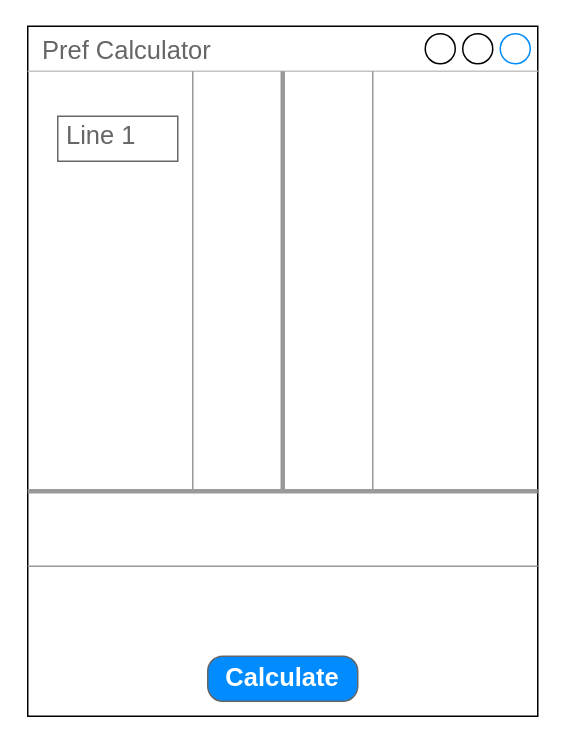
The draw.io diagram Untitled Diagram.drawio in chernyshevdv/pref-calc, before the edit. Source tidied: cells renumbered, new cells numbered last; positions are measured from the earlier drawing's top-left corner, leaving out a move shared by most shapes. Both pictures are drawn from the tidied source at 150%, with x=0, y=0 at pixel (27, 26).
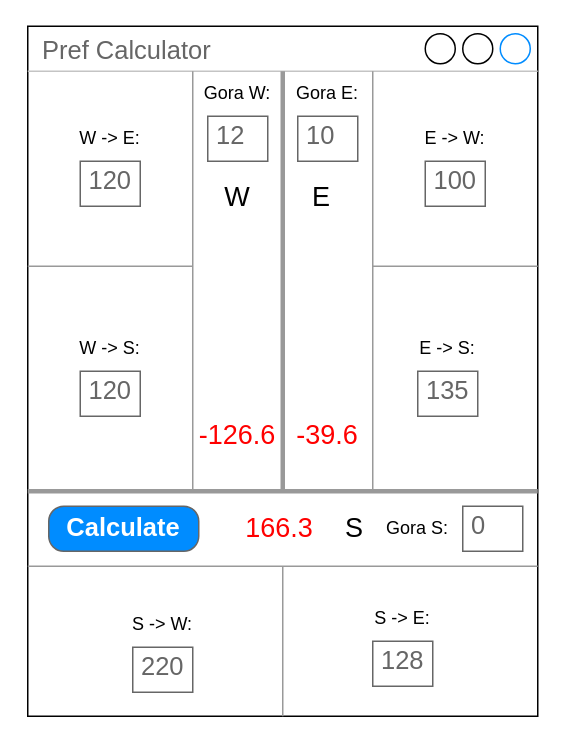
After the change.

The edit, as a diff of the source:
```diff
@@
-    <mxCell id="8" value="Line 1" style="strokeWidth=1;shadow=0;dashed=0;align=center;html=1;shape=mxgraph.mockup.text.textBox;fontColor=#666666;align=left;fontSize=17;spacingLeft=4;spacingTop=-3;whiteSpace=wrap;strokeColor=#666666;mainText=;" parent="1" vertex="1">
-      <mxGeometry x="20" y="60" width="80" height="30" as="geometry" />
-    </mxCell>
     <mxCell id="9" value="Calculate" style="strokeWidth=1;shadow=0;dashed=0;align=center;html=1;shape=mxgraph.mockup.buttons.button;strokeColor=#666666;fontColor=#ffffff;mainText=;buttonStyle=round;fontSize=17;fontStyle=1;fillColor=#008cff;whiteSpace=wrap;" parent="1" vertex="1">
-      <mxGeometry x="120" y="420" width="100" height="30" as="geometry" />
+      <mxGeometry x="14" y="320" width="100" height="30" as="geometry" />
     </mxCell>
+    <mxCell id="10" value="Gora W:" style="text;html=1;strokeColor=none;fillColor=none;align=center;verticalAlign=middle;whiteSpace=wrap;rounded=0;" parent="1" vertex="1">
+      <mxGeometry x="110" y="30" width="60" height="30" as="geometry" />
+    </mxCell>
+    <mxCell id="11" value="12" style="strokeWidth=1;shadow=0;dashed=0;align=center;html=1;shape=mxgraph.mockup.text.textBox;fontColor=#666666;align=left;fontSize=17;spacingLeft=4;spacingTop=-3;whiteSpace=wrap;strokeColor=#666666;mainText=;" parent="1" vertex="1">
+      <mxGeometry x="120" y="60" width="40" height="30" as="geometry" />
+    </mxCell>
+    <mxCell id="12" value="Gora E:" style="text;html=1;strokeColor=none;fillColor=none;align=center;verticalAlign=middle;whiteSpace=wrap;rounded=0;" parent="1" vertex="1">
+      <mxGeometry x="170" y="30" width="60" height="30" as="geometry" />
+    </mxCell>
+    <mxCell id="13" value="10" style="strokeWidth=1;shadow=0;dashed=0;align=center;html=1;shape=mxgraph.mockup.text.textBox;fontColor=#666666;align=left;fontSize=17;spacingLeft=4;spacingTop=-3;whiteSpace=wrap;strokeColor=#666666;mainText=;" parent="1" vertex="1">
+      <mxGeometry x="180" y="60" width="40" height="30" as="geometry" />
+    </mxCell>
+    <mxCell id="14" style="verticalLabelPosition=bottom;shadow=0;dashed=0;align=center;html=1;verticalAlign=top;strokeWidth=1;shape=mxgraph.mockup.markup.line;strokeColor=#999999;" parent="1" vertex="1">
+      <mxGeometry y="150" width="110" height="20" as="geometry" />
+    </mxCell>
+    <mxCell id="15" style="verticalLabelPosition=bottom;shadow=0;dashed=0;align=center;html=1;verticalAlign=top;strokeWidth=1;shape=mxgraph.mockup.markup.line;strokeColor=#999999;" parent="1" vertex="1">
+      <mxGeometry x="230" y="150" width="110" height="20" as="geometry" />
+    </mxCell>
+    <mxCell id="16" style="verticalLabelPosition=bottom;shadow=0;dashed=0;align=center;html=1;verticalAlign=top;strokeWidth=1;shape=mxgraph.mockup.markup.line;strokeColor=#999999;direction=north;" parent="1" vertex="1">
+      <mxGeometry x="160" y="360" width="20" height="100" as="geometry" />
+    </mxCell>
+    <mxCell id="17" style="group;" parent="1" vertex="1">
+      <mxGeometry x="230" y="320" width="100" height="30" as="geometry" />
+    </mxCell>
+    <mxCell id="18" value="Gora S:" style="text;html=1;strokeColor=none;fillColor=none;align=center;verticalAlign=middle;whiteSpace=wrap;rounded=0;" parent="17" vertex="1">
+      <mxGeometry width="60" height="30" as="geometry" />
+    </mxCell>
+    <mxCell id="19" value="0" style="strokeWidth=1;shadow=0;dashed=0;align=center;html=1;shape=mxgraph.mockup.text.textBox;fontColor=#666666;align=left;fontSize=17;spacingLeft=4;spacingTop=-3;whiteSpace=wrap;strokeColor=#666666;mainText=;" parent="17" vertex="1">
+      <mxGeometry x="60" width="40" height="30" as="geometry" />
+    </mxCell>
+    <mxCell id="20" value="&lt;font style=&quot;font-size: 18px;&quot;&gt;W&lt;/font&gt;" style="text;html=1;strokeColor=none;fillColor=none;align=center;verticalAlign=middle;whiteSpace=wrap;rounded=0;" parent="1" vertex="1">
+      <mxGeometry x="128" y="99" width="24" height="30" as="geometry" />
+    </mxCell>
+    <mxCell id="21" value="&lt;font style=&quot;font-size: 18px;&quot;&gt;E&lt;/font&gt;" style="text;html=1;strokeColor=none;fillColor=none;align=center;verticalAlign=middle;whiteSpace=wrap;rounded=0;" parent="1" vertex="1">
+      <mxGeometry x="184" y="99" width="24" height="30" as="geometry" />
+    </mxCell>
+    <mxCell id="22" value="&lt;font style=&quot;font-size: 18px;&quot;&gt;S&lt;/font&gt;" style="text;html=1;strokeColor=none;fillColor=none;align=center;verticalAlign=middle;whiteSpace=wrap;rounded=0;" parent="1" vertex="1">
+      <mxGeometry x="206" y="320" width="24" height="30" as="geometry" />
+    </mxCell>
+    <mxCell id="23" value="120" style="strokeWidth=1;shadow=0;dashed=0;align=center;html=1;shape=mxgraph.mockup.text.textBox;fontColor=#666666;align=left;fontSize=17;spacingLeft=4;spacingTop=-3;whiteSpace=wrap;strokeColor=#666666;mainText=;" parent="1" vertex="1">
+      <mxGeometry x="35" y="90" width="40" height="30" as="geometry" />
+    </mxCell>
+    <mxCell id="24" value="W -&amp;gt; E:" style="text;html=1;strokeColor=none;fillColor=none;align=center;verticalAlign=middle;whiteSpace=wrap;rounded=0;" parent="1" vertex="1">
+      <mxGeometry x="25" y="60" width="60" height="30" as="geometry" />
+    </mxCell>
+    <mxCell id="25" value="100" style="strokeWidth=1;shadow=0;dashed=0;align=center;html=1;shape=mxgraph.mockup.text.textBox;fontColor=#666666;align=left;fontSize=17;spacingLeft=4;spacingTop=-3;whiteSpace=wrap;strokeColor=#666666;mainText=;" parent="1" vertex="1">
+      <mxGeometry x="265" y="90" width="40" height="30" as="geometry" />
+    </mxCell>
+    <mxCell id="26" value="E -&amp;gt; W:" style="text;html=1;strokeColor=none;fillColor=none;align=center;verticalAlign=middle;whiteSpace=wrap;rounded=0;" parent="1" vertex="1">
+      <mxGeometry x="255" y="60" width="60" height="30" as="geometry" />
+    </mxCell>
+    <mxCell id="27" value="E -&amp;gt; S:" style="text;html=1;strokeColor=none;fillColor=none;align=center;verticalAlign=middle;whiteSpace=wrap;rounded=0;" parent="1" vertex="1">
+      <mxGeometry x="250" y="200" width="60" height="30" as="geometry" />
+    </mxCell>
+    <mxCell id="28" value="135" style="strokeWidth=1;shadow=0;dashed=0;align=center;html=1;shape=mxgraph.mockup.text.textBox;fontColor=#666666;align=left;fontSize=17;spacingLeft=4;spacingTop=-3;whiteSpace=wrap;strokeColor=#666666;mainText=;" parent="1" vertex="1">
+      <mxGeometry x="260" y="230" width="40" height="30" as="geometry" />
+    </mxCell>
+    <mxCell id="29" value="128" style="strokeWidth=1;shadow=0;dashed=0;align=center;html=1;shape=mxgraph.mockup.text.textBox;fontColor=#666666;align=left;fontSize=17;spacingLeft=4;spacingTop=-3;whiteSpace=wrap;strokeColor=#666666;mainText=;" parent="1" vertex="1">
+      <mxGeometry x="230" y="410" width="40" height="30" as="geometry" />
+    </mxCell>
+    <mxCell id="30" value="S -&amp;gt; E:" style="text;html=1;strokeColor=none;fillColor=none;align=center;verticalAlign=middle;whiteSpace=wrap;rounded=0;" parent="1" vertex="1">
+      <mxGeometry x="220" y="380" width="60" height="30" as="geometry" />
+    </mxCell>
+    <mxCell id="31" value="220" style="strokeWidth=1;shadow=0;dashed=0;align=center;html=1;shape=mxgraph.mockup.text.textBox;fontColor=#666666;align=left;fontSize=17;spacingLeft=4;spacingTop=-3;whiteSpace=wrap;strokeColor=#666666;mainText=;" parent="1" vertex="1">
+      <mxGeometry x="70" y="414" width="40" height="30" as="geometry" />
+    </mxCell>
+    <mxCell id="32" value="S -&amp;gt; W:" style="text;html=1;strokeColor=none;fillColor=none;align=center;verticalAlign=middle;whiteSpace=wrap;rounded=0;" parent="1" vertex="1">
+      <mxGeometry x="60" y="384" width="60" height="30" as="geometry" />
+    </mxCell>
+    <mxCell id="33" value="W -&amp;gt; S:" style="text;html=1;strokeColor=none;fillColor=none;align=center;verticalAlign=middle;whiteSpace=wrap;rounded=0;" parent="1" vertex="1">
+      <mxGeometry x="25" y="200" width="60" height="30" as="geometry" />
+    </mxCell>
+    <mxCell id="34" value="120" style="strokeWidth=1;shadow=0;dashed=0;align=center;html=1;shape=mxgraph.mockup.text.textBox;fontColor=#666666;align=left;fontSize=17;spacingLeft=4;spacingTop=-3;whiteSpace=wrap;strokeColor=#666666;mainText=;" parent="1" vertex="1">
+      <mxGeometry x="35" y="230" width="40" height="30" as="geometry" />
+    </mxCell>
+    <mxCell id="35" value="&lt;font style=&quot;font-size: 18px;&quot;&gt;-126.6&lt;/font&gt;" style="text;html=1;strokeColor=none;fillColor=none;align=center;verticalAlign=middle;whiteSpace=wrap;rounded=0;fontColor=#FF0000;" parent="1" vertex="1">
+      <mxGeometry x="128" y="258" width="24" height="30" as="geometry" />
+    </mxCell>
+    <mxCell id="36" value="&lt;font style=&quot;font-size: 18px;&quot;&gt;-39.6&lt;/font&gt;" style="text;html=1;strokeColor=none;fillColor=none;align=center;verticalAlign=middle;whiteSpace=wrap;rounded=0;fontColor=#FF0000;" parent="1" vertex="1">
+      <mxGeometry x="188" y="258" width="24" height="30" as="geometry" />
+    </mxCell>
+    <mxCell id="37" value="&lt;font style=&quot;font-size: 18px;&quot;&gt;166.3&lt;/font&gt;" style="text;html=1;strokeColor=none;fillColor=none;align=center;verticalAlign=middle;whiteSpace=wrap;rounded=0;fontColor=#FF0000;" parent="1" vertex="1">
+      <mxGeometry x="156" y="320" width="24" height="30" as="geometry" />
+    </mxCell>
```
